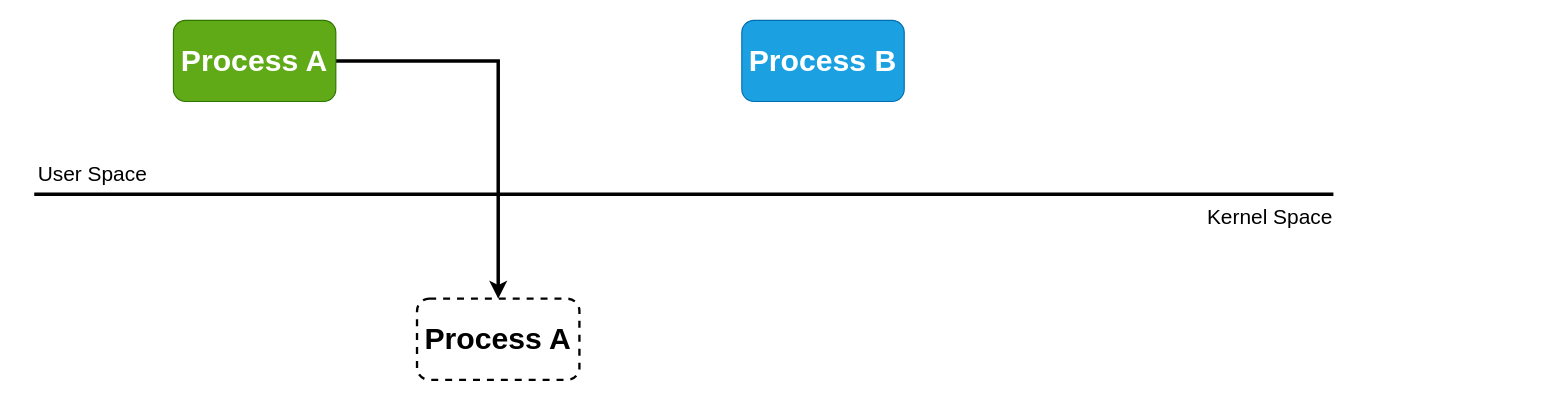
auula/draw.io keeps this draw.io diagram as ipc-os-implement.drawio. Above is the earlier version. Source tidied: cells renumbered, new cells numbered last; positions are measured from the earlier drawing's top-left corner, leaving out a move shared by most shapes. Both pictures are drawn from the tidied source at 116%, with x=0, y=0 at pixel (22, 20).
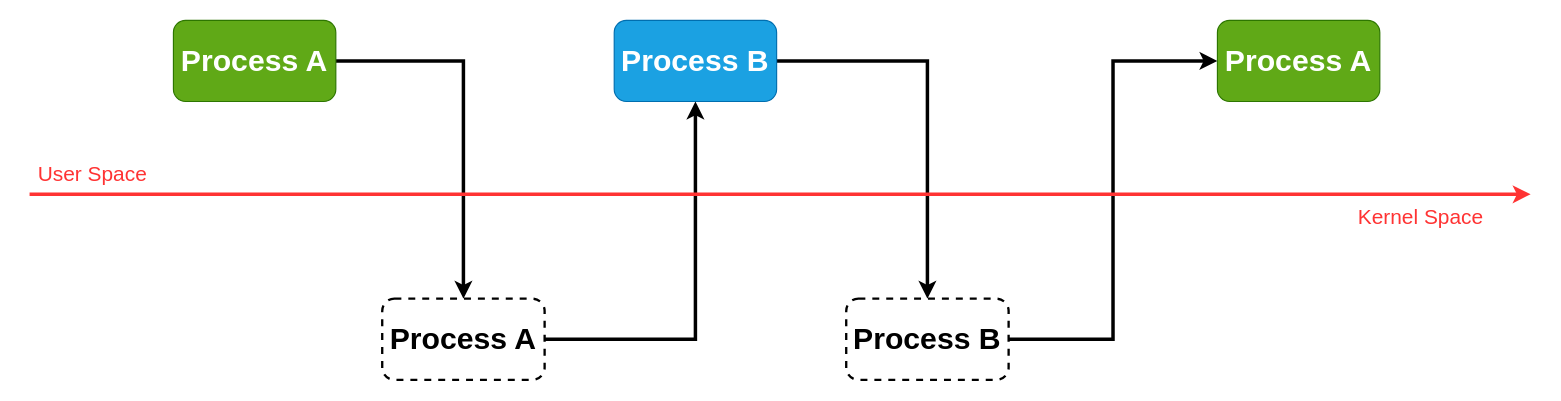
After the change.

What changed in the source:
```diff
@@
 <mxGraphModel>
   <root>
     <mxCell id="0" />
     <mxCell id="1" parent="0" />
     <mxCell id="2" style="edgeStyle=orthogonalEdgeStyle;rounded=0;jettySize=auto;html=1;entryX=0.5;entryY=0;entryDx=0;entryDy=0;fontSize=18;strokeWidth=3;" parent="1" edge="1" source="3" target="8">
       <mxGeometry relative="1" as="geometry" />
     </mxCell>
     <mxCell id="3" value="&lt;b&gt;&lt;font style=&quot;font-size: 26px;&quot;&gt;Process A&lt;/font&gt;&lt;/b&gt;" style="rounded=1;whiteSpace=wrap;html=1;fillColor=#60a917;fontColor=#ffffff;strokeColor=#2D7600;" parent="1" vertex="1">
       <mxGeometry x="130" width="140" height="70" as="geometry" />
     </mxCell>
+    <mxCell id="9" style="edgeStyle=orthogonalEdgeStyle;rounded=0;jettySize=auto;html=1;entryX=0.5;entryY=0;entryDx=0;entryDy=0;fontSize=18;strokeWidth=3;" parent="1" edge="1" source="4" target="12">
+      <mxGeometry relative="1" as="geometry" />
+    </mxCell>
     <mxCell id="4" value="&lt;b&gt;&lt;font style=&quot;font-size: 26px;&quot;&gt;Process B&lt;/font&gt;&lt;/b&gt;" style="rounded=1;whiteSpace=wrap;html=1;fillColor=#1ba1e2;fontColor=#ffffff;strokeColor=#006EAF;" parent="1" vertex="1">
-      <mxGeometry x="620" width="140" height="70" as="geometry" />
+      <mxGeometry x="510" width="140" height="70" as="geometry" />
     </mxCell>
-    <mxCell id="5" style="endArrow=none;html=1;rounded=0;fontSize=26;strokeWidth=3;" parent="1" edge="1">
-      <mxGeometry relative="1" as="geometry">
-        <mxPoint x="10" y="150" as="sourcePoint" />
-        <mxPoint x="1130" y="150" as="targetPoint" />
-      </mxGeometry>
-    </mxCell>
-    <mxCell id="6" value="&lt;span style=&quot;font-size: 18px;&quot;&gt;User Space&lt;/span&gt;" style="text;html=1;align=center;verticalAlign=middle;points=[];strokeColor=none;fillColor=none;fontSize=26;" parent="1" vertex="1">
+    <mxCell id="6" value="&lt;span style=&quot;font-size: 18px;&quot;&gt;&lt;font color=&quot;#ff3333&quot;&gt;User Space&lt;/font&gt;&lt;/span&gt;" style="text;html=1;align=center;verticalAlign=middle;points=[];strokeColor=none;fillColor=none;fontSize=26;" parent="1" vertex="1">
       <mxGeometry y="110" width="120" height="40" as="geometry" />
     </mxCell>
-    <mxCell id="7" value="Kernel Space" style="text;html=1;align=center;verticalAlign=middle;strokeColor=none;fillColor=none;fontSize=18;" parent="1" vertex="1">
-      <mxGeometry x="1010" y="150" width="130" height="40" as="geometry" />
+    <mxCell id="7" value="&lt;font color=&quot;#ff3333&quot;&gt;Kernel Space&lt;/font&gt;" style="text;html=1;align=center;verticalAlign=middle;strokeColor=none;fillColor=none;fontSize=18;" parent="1" vertex="1">
+      <mxGeometry x="1140" y="150" width="130" height="40" as="geometry" />
     </mxCell>
+    <mxCell id="10" style="edgeStyle=orthogonalEdgeStyle;rounded=0;jettySize=auto;html=1;entryX=0.5;entryY=1;entryDx=0;entryDy=0;fontSize=18;strokeWidth=3;" parent="1" edge="1" source="8" target="4">
+      <mxGeometry relative="1" as="geometry" />
+    </mxCell>
     <mxCell id="8" value="&lt;b&gt;&lt;font style=&quot;font-size: 26px;&quot;&gt;Process A&lt;/font&gt;&lt;/b&gt;" style="rounded=1;whiteSpace=wrap;html=1;dashed=1;strokeWidth=2;" parent="1" vertex="1">
-      <mxGeometry x="340" y="240" width="140" height="70" as="geometry" />
+      <mxGeometry x="310" y="240" width="140" height="70" as="geometry" />
     </mxCell>
+    <mxCell id="11" style="edgeStyle=orthogonalEdgeStyle;rounded=0;jettySize=auto;html=1;entryX=0;entryY=0.5;entryDx=0;entryDy=0;fontSize=18;strokeWidth=3;" parent="1" edge="1" source="12" target="13">
+      <mxGeometry relative="1" as="geometry" />
+    </mxCell>
+    <mxCell id="12" value="&lt;b&gt;&lt;font style=&quot;font-size: 26px;&quot;&gt;Process B&lt;/font&gt;&lt;/b&gt;" style="rounded=1;whiteSpace=wrap;html=1;dashed=1;strokeWidth=2;" parent="1" vertex="1">
+      <mxGeometry x="710" y="240" width="140" height="70" as="geometry" />
+    </mxCell>
+    <mxCell id="13" value="&lt;b&gt;&lt;font style=&quot;font-size: 26px;&quot;&gt;Process A&lt;/font&gt;&lt;/b&gt;" style="rounded=1;whiteSpace=wrap;html=1;fillColor=#60a917;fontColor=#ffffff;strokeColor=#2D7600;" parent="1" vertex="1">
+      <mxGeometry x="1030" width="140" height="70" as="geometry" />
+    </mxCell>
+    <mxCell id="14" style="endArrow=classic;html=1;rounded=0;fontSize=18;strokeWidth=3;exitX=0.05;exitY=1;exitDx=0;exitDy=0;exitPerimeter=0;fillColor=#e51400;strokeColor=#FF3333;" parent="1" edge="1" source="6">
+      <mxGeometry relative="1" as="geometry">
+        <mxPoint x="1300" y="150" as="targetPoint" />
+      </mxGeometry>
+    </mxCell>
   </root>
 </mxGraphModel>
```
